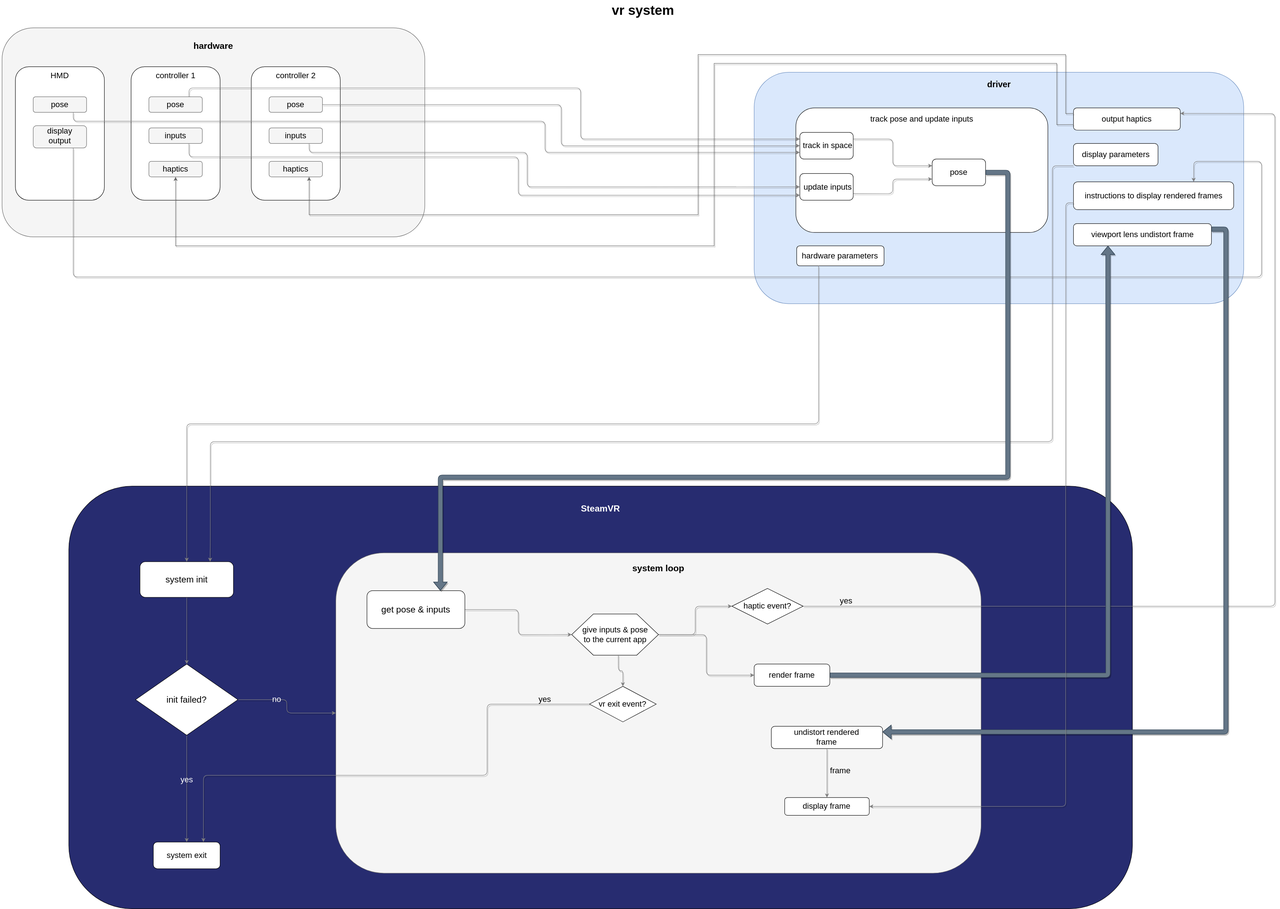
The draw.io diagram images/simplified_vr_system.svg in okawo80085/hobo_vr, before a commit. Source tidied: cells renumbered, new cells last; positions are measured from the earlier drawing's top-left corner, leaving out a move shared by most shapes.
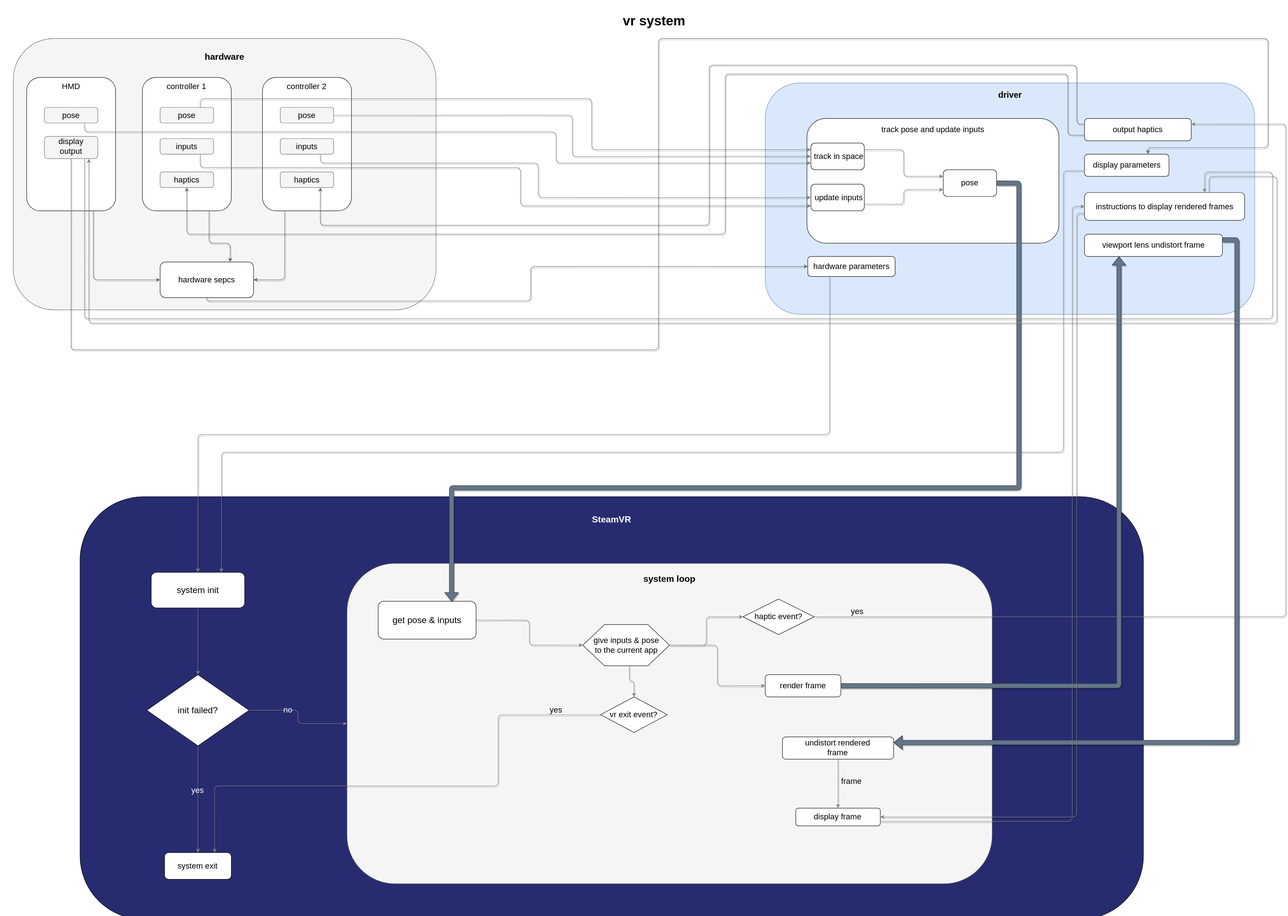
After the commit.

What changed in the source:
```diff
@@ -26,10 +26,10 @@
     <mxCell id="9" style="rounded=1;whiteSpace=wrap;html=1;fillColor=#272C70;" parent="1" vertex="1">
       <mxGeometry x="150" y="1080" width="2390" height="950" as="geometry" />
     </mxCell>
-    <mxCell id="10" style="edgeStyle=orthogonalEdgeStyle;rounded=1;jettySize=auto;html=1;exitX=0;exitY=1;exitDx=0;exitDy=0;shadow=1;strokeColor=#808080;fontSize=18;fontColor=#000000;entryX=0.75;entryY=0;entryDx=0;entryDy=0;" parent="1" edge="1" source="11" target="29">
+    <mxCell id="10" style="edgeStyle=orthogonalEdgeStyle;rounded=1;jettySize=auto;html=1;exitX=0;exitY=0.75;exitDx=0;exitDy=0;shadow=1;strokeColor=#808080;fontSize=18;fontColor=#000000;entryX=0.75;entryY=0;entryDx=0;entryDy=0;" parent="1" edge="1" source="11" target="29">
       <mxGeometry relative="1" as="geometry">
         <Array as="points">
-          <mxPoint x="2360" y="360" />
+          <mxPoint x="2360" y="348" />
           <mxPoint x="2360" y="980" />
           <mxPoint x="468" y="980" />
           <mxPoint x="468" y="1200" />
@@ -50,14 +50,8 @@
       <mxGeometry x="1785.6" y="540" width="196.2" height="45" as="geometry" />
     </mxCell>
     <mxCell id="15" value="&lt;font style=&quot;font-size: 18px&quot;&gt;hardware parameters&lt;/font&gt;" style="text;html=1;strokeColor=none;fillColor=none;align=center;verticalAlign=middle;whiteSpace=wrap;rounded=0;" parent="1" vertex="1">
-      <mxGeometry x="1783.8" y="552.5" width="198.1" height="20" as="geometry" />
+      <mxGeometry x="1792.8" y="552.5" width="181.9" height="20" as="geometry" />
     </mxCell>
-    <mxCell id="16" style="rounded=1;whiteSpace=wrap;html=1;" parent="1" vertex="1">
-      <mxGeometry x="2407.5" y="396.2" width="360" height="62.5" as="geometry" />
-    </mxCell>
-    <mxCell id="17" value="&lt;font style=&quot;font-size: 18px&quot;&gt;instructions to display rendered frames&lt;/font&gt;" style="text;html=1;strokeColor=none;fillColor=none;align=center;verticalAlign=middle;whiteSpace=wrap;rounded=0;" parent="1" vertex="1">
-      <mxGeometry x="2412.5" y="417.5" width="350" height="20" as="geometry" />
-    </mxCell>
     <mxCell id="18" style="rounded=1;whiteSpace=wrap;html=1;" parent="1" vertex="1">
       <mxGeometry x="2407.5" y="490" width="310" height="50" as="geometry" />
     </mxCell>
@@ -65,23 +59,37 @@
       <mxGeometry x="2422.5" y="505" width="280" height="20" as="geometry" />
     </mxCell>
     <mxCell id="20" style="rounded=1;whiteSpace=wrap;html=1;fillColor=#f5f5f5;strokeColor=#666666;fontColor=#333333;" parent="1" vertex="1">
-      <mxGeometry y="50" width="950" height="470" as="geometry" />
+      <mxGeometry y="50" width="950" height="610" as="geometry" />
     </mxCell>
     <mxCell id="21" value="&lt;font style=&quot;font-size: 20px&quot;&gt;&lt;b&gt;hardware&lt;br&gt;&lt;/b&gt;&lt;/font&gt;" style="text;html=1;strokeColor=none;fillColor=none;align=center;verticalAlign=middle;whiteSpace=wrap;rounded=0;" parent="1" vertex="1">
       <mxGeometry x="315" y="80" width="320" height="20" as="geometry" />
     </mxCell>
+    <mxCell id="102" style="edgeStyle=orthogonalEdgeStyle;rounded=1;jettySize=auto;html=1;exitX=0.75;exitY=1;exitDx=0;exitDy=0;entryX=0;entryY=0.5;entryDx=0;entryDy=0;fillColor=#f5f5f5;strokeColor=#666666;shadow=1;" parent="1" edge="1" source="22" target="108">
+      <mxGeometry relative="1" as="geometry" />
+    </mxCell>
     <mxCell id="22" style="rounded=1;whiteSpace=wrap;html=1;" parent="1" vertex="1">
       <mxGeometry x="30" y="137.5" width="200" height="300" as="geometry" />
     </mxCell>
     <mxCell id="23" value="HMD" style="text;html=1;strokeColor=none;fillColor=none;align=center;verticalAlign=middle;whiteSpace=wrap;rounded=0;fontColor=#000000;fontSize=18;" parent="1" vertex="1">
       <mxGeometry x="85" y="147.5" width="90" height="20" as="geometry" />
     </mxCell>
+    <mxCell id="103" style="edgeStyle=orthogonalEdgeStyle;rounded=1;jettySize=auto;html=1;exitX=0.75;exitY=1;exitDx=0;exitDy=0;entryX=0.75;entryY=0;entryDx=0;entryDy=0;fillColor=#f5f5f5;strokeColor=#666666;shadow=1;" parent="1" edge="1" source="24" target="108">
+      <mxGeometry relative="1" as="geometry">
+        <Array as="points">
+          <mxPoint x="440" y="510" />
+          <mxPoint x="488" y="510" />
+        </Array>
+      </mxGeometry>
+    </mxCell>
     <mxCell id="24" style="rounded=1;whiteSpace=wrap;html=1;" parent="1" vertex="1">
       <mxGeometry x="290" y="137.5" width="200" height="300" as="geometry" />
     </mxCell>
     <mxCell id="25" value="controller 1" style="text;html=1;strokeColor=none;fillColor=none;align=center;verticalAlign=middle;whiteSpace=wrap;rounded=0;fontColor=#000000;fontSize=18;" parent="1" vertex="1">
       <mxGeometry x="327.5" y="147.5" width="125" height="20" as="geometry" />
     </mxCell>
+    <mxCell id="104" style="edgeStyle=orthogonalEdgeStyle;rounded=1;jettySize=auto;html=1;exitX=0.25;exitY=1;exitDx=0;exitDy=0;entryX=1;entryY=0.5;entryDx=0;entryDy=0;fillColor=#f5f5f5;strokeColor=#666666;shadow=1;" parent="1" edge="1" source="26" target="108">
+      <mxGeometry relative="1" as="geometry" />
+    </mxCell>
     <mxCell id="26" style="rounded=1;whiteSpace=wrap;html=1;" parent="1" vertex="1">
       <mxGeometry x="560" y="137.5" width="200" height="300" as="geometry" />
     </mxCell>
@@ -273,16 +281,18 @@
     <mxCell id="81" value="pose" style="text;html=1;strokeColor=none;fillColor=none;align=center;verticalAlign=middle;whiteSpace=wrap;rounded=0;fontSize=18;fontColor=#000000;" parent="1" vertex="1">
       <mxGeometry x="630" y="212.5" width="60" height="20" as="geometry" />
     </mxCell>
-    <mxCell id="82" style="edgeStyle=orthogonalEdgeStyle;rounded=1;jettySize=auto;html=1;exitX=0.75;exitY=1;exitDx=0;exitDy=0;shadow=1;strokeColor=#808080;fillColor=#BFBFBF;fontSize=18;fontColor=#000000;entryX=0.75;entryY=0;entryDx=0;entryDy=0;" parent="1" edge="1" source="83" target="16">
-      <mxGeometry relative="1" as="geometry">
-        <Array as="points">
-          <mxPoint x="160" y="610" />
-          <mxPoint x="2830" y="610" />
-          <mxPoint x="2830" y="350" />
-          <mxPoint x="2678" y="350" />
-        </Array>
-      </mxGeometry>
-    </mxCell>
+    <mxCell id="105" style="edgeStyle=orthogonalEdgeStyle;rounded=1;jettySize=auto;html=1;exitX=0.5;exitY=1;exitDx=0;exitDy=0;entryX=0.75;entryY=0;entryDx=0;entryDy=0;shadow=1;fillColor=#f5f5f5;strokeColor=#666666;" parent="1" edge="1" source="83" target="11">
+      <mxGeometry relative="1" as="geometry">
+        <Array as="points">
+          <mxPoint x="130" y="750" />
+          <mxPoint x="1450" y="750" />
+          <mxPoint x="1450" y="50" />
+          <mxPoint x="2820" y="50" />
+          <mxPoint x="2820" y="295" />
+          <mxPoint x="2550" y="295" />
+        </Array>
+      </mxGeometry>
+    </mxCell>
     <mxCell id="83" style="rounded=1;whiteSpace=wrap;html=1;fontSize=18;fillColor=#f5f5f5;strokeColor=#666666;fontColor=#333333;" parent="1" vertex="1">
       <mxGeometry x="70" y="270" width="120" height="50" as="geometry" />
     </mxCell>
@@ -293,8 +303,8 @@
       <mxGeometry relative="1" as="geometry">
         <Array as="points">
           <mxPoint x="420" y="340" />
-          <mxPoint x="1160" y="340" />
-          <mxPoint x="1160" y="426" />
+          <mxPoint x="1140" y="340" />
+          <mxPoint x="1140" y="426" />
         </Array>
       </mxGeometry>
     </mxCell>
@@ -367,7 +377,7 @@
     <mxCell id="99" value="haptics" style="text;html=1;strokeColor=none;fillColor=none;align=center;verticalAlign=middle;whiteSpace=wrap;rounded=0;fontSize=18;fontColor=#000000;" parent="1" vertex="1">
       <mxGeometry x="360" y="357.5" width="60" height="20" as="geometry" />
     </mxCell>
-    <mxCell id="100" style="edgeStyle=orthogonalEdgeStyle;rounded=0;jettySize=auto;html=1;exitX=0;exitY=0.25;exitDx=0;exitDy=0;entryX=0.75;entryY=1;entryDx=0;entryDy=0;fillColor=#f5f5f5;strokeColor=#666666;shadow=1;" parent="1" edge="1" source="7" target="96">
+    <mxCell id="100" style="edgeStyle=orthogonalEdgeStyle;rounded=1;jettySize=auto;html=1;exitX=0;exitY=0.25;exitDx=0;exitDy=0;entryX=0.75;entryY=1;entryDx=0;entryDy=0;fillColor=#f5f5f5;strokeColor=#666666;shadow=1;" parent="1" edge="1" source="7" target="96">
       <mxGeometry relative="1" as="geometry">
         <Array as="points">
           <mxPoint x="2390" y="243" />
@@ -378,14 +388,63 @@
         </Array>
       </mxGeometry>
     </mxCell>
+    <mxCell id="16" style="rounded=1;whiteSpace=wrap;html=1;" parent="1" vertex="1">
+      <mxGeometry x="2407.5" y="396.2" width="360" height="62.5" as="geometry" />
+    </mxCell>
+    <mxCell id="17" value="&lt;font style=&quot;font-size: 18px&quot;&gt;instructions to display rendered frames&lt;/font&gt;" style="text;html=1;strokeColor=none;fillColor=none;align=center;verticalAlign=middle;whiteSpace=wrap;rounded=0;" parent="1" vertex="1">
+      <mxGeometry x="2412.5" y="417.5" width="350" height="20" as="geometry" />
+    </mxCell>
+    <mxCell id="106" style="edgeStyle=orthogonalEdgeStyle;rounded=1;jettySize=auto;html=1;exitX=1;exitY=0.75;exitDx=0;exitDy=0;entryX=0;entryY=0.5;entryDx=0;entryDy=0;shadow=1;strokeColor=#808080;fontSize=18;fontColor=#000000;" parent="1" edge="1" source="70" target="16">
+      <mxGeometry relative="1" as="geometry">
+        <Array as="points">
+          <mxPoint x="2380" y="1810" />
+          <mxPoint x="2380" y="428" />
+        </Array>
+      </mxGeometry>
+    </mxCell>
+    <mxCell id="107" style="edgeStyle=orthogonalEdgeStyle;rounded=1;jettySize=auto;html=1;exitX=0.5;exitY=1;exitDx=0;exitDy=0;entryX=0;entryY=0.5;entryDx=0;entryDy=0;shadow=1;fillColor=#f5f5f5;strokeColor=#666666;" parent="1" edge="1" source="108" target="14">
+      <mxGeometry relative="1" as="geometry">
+        <Array as="points">
+          <mxPoint x="435" y="640" />
+          <mxPoint x="1163" y="640" />
+          <mxPoint x="1163" y="562" />
+        </Array>
+      </mxGeometry>
+    </mxCell>
+    <mxCell id="108" style="rounded=1;whiteSpace=wrap;html=1;" parent="1" vertex="1">
+      <mxGeometry x="330" y="552.5" width="210" height="80" as="geometry" />
+    </mxCell>
+    <mxCell id="109" value="&lt;font style=&quot;font-size: 18px&quot;&gt;hardware sepcs&lt;/font&gt;" style="text;html=1;strokeColor=none;fillColor=none;align=center;verticalAlign=middle;whiteSpace=wrap;rounded=0;" parent="1" vertex="1">
+      <mxGeometry x="350" y="582.5" width="170" height="20" as="geometry" />
+    </mxCell>
+    <mxCell id="82" style="edgeStyle=orthogonalEdgeStyle;rounded=1;jettySize=auto;html=1;exitX=0.75;exitY=1;exitDx=0;exitDy=0;shadow=1;strokeColor=#808080;fillColor=#BFBFBF;fontSize=18;fontColor=#000000;entryX=0.75;entryY=0;entryDx=0;entryDy=0;" parent="1" edge="1" source="83" target="16">
+      <mxGeometry relative="1" as="geometry">
+        <Array as="points">
+          <mxPoint x="160" y="680" />
+          <mxPoint x="2830" y="680" />
+          <mxPoint x="2830" y="350" />
+          <mxPoint x="2678" y="350" />
+        </Array>
+      </mxGeometry>
+    </mxCell>
+    <mxCell id="110" style="edgeStyle=orthogonalEdgeStyle;rounded=1;jettySize=auto;html=1;exitX=0.778;exitY=0.004;exitDx=0;exitDy=0;shadow=1;strokeColor=#808080;fillColor=#BFBFBF;fontSize=18;fontColor=#000000;entryX=0.831;entryY=1.01;entryDx=0;entryDy=0;exitPerimeter=0;entryPerimeter=0;" parent="1" edge="1" source="16" target="83">
+      <mxGeometry relative="1" as="geometry">
+        <Array as="points">
+          <mxPoint x="2688" y="360" />
+          <mxPoint x="2840" y="360" />
+          <mxPoint x="2840" y="690" />
+          <mxPoint x="170" y="690" />
+        </Array>
+      </mxGeometry>
+    </mxCell>
-    <mxCell id="101" style="edgeStyle=orthogonalEdgeStyle;rounded=0;jettySize=auto;html=1;entryX=0.5;entryY=1;entryDx=0;entryDy=0;exitX=0;exitY=0.75;exitDx=0;exitDy=0;fillColor=#f5f5f5;strokeColor=#666666;shadow=1;" parent="1" edge="1" source="7" target="98">
+    <mxCell id="101" style="edgeStyle=orthogonalEdgeStyle;rounded=1;jettySize=auto;html=1;entryX=0.5;entryY=1;entryDx=0;entryDy=0;exitX=0;exitY=0.75;exitDx=0;exitDy=0;fillColor=#f5f5f5;strokeColor=#666666;shadow=1;" parent="1" edge="1" source="7" target="98">
       <mxGeometry relative="1" as="geometry">
         <Array as="points">
           <mxPoint x="2370" y="268" />
           <mxPoint x="2370" y="130" />
           <mxPoint x="1600" y="130" />
-          <mxPoint x="1600" y="540" />
-          <mxPoint x="390" y="540" />
+          <mxPoint x="1600" y="490" />
+          <mxPoint x="390" y="490" />
         </Array>
       </mxGeometry>
     </mxCell>
```
